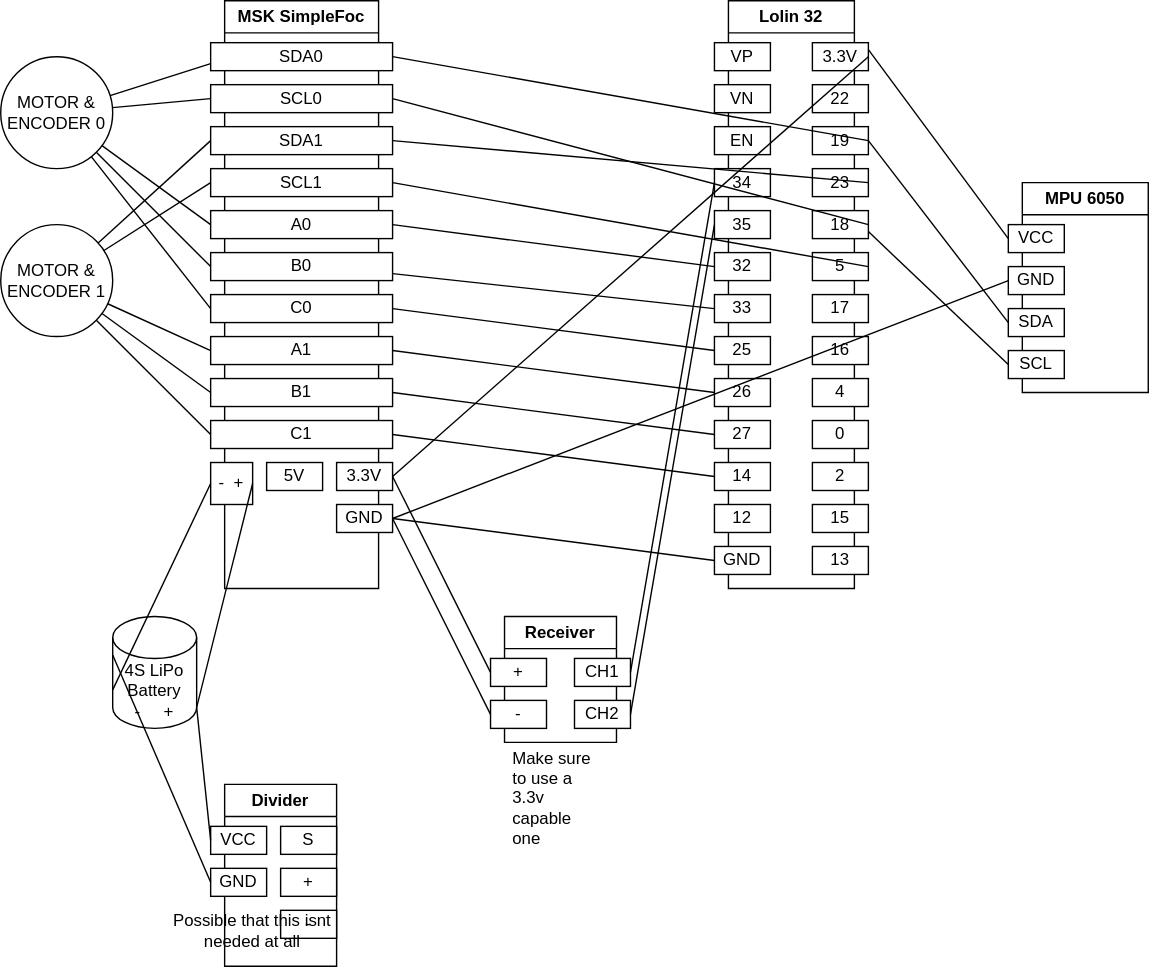
The draw.io diagram BalanceBot.drawio.svg in mmartijnNL/BalanceBot, before a commit. Source tidied: cells renumbered, new cells last; positions are measured from the earlier drawing's top-left corner, leaving out a move shared by most shapes.
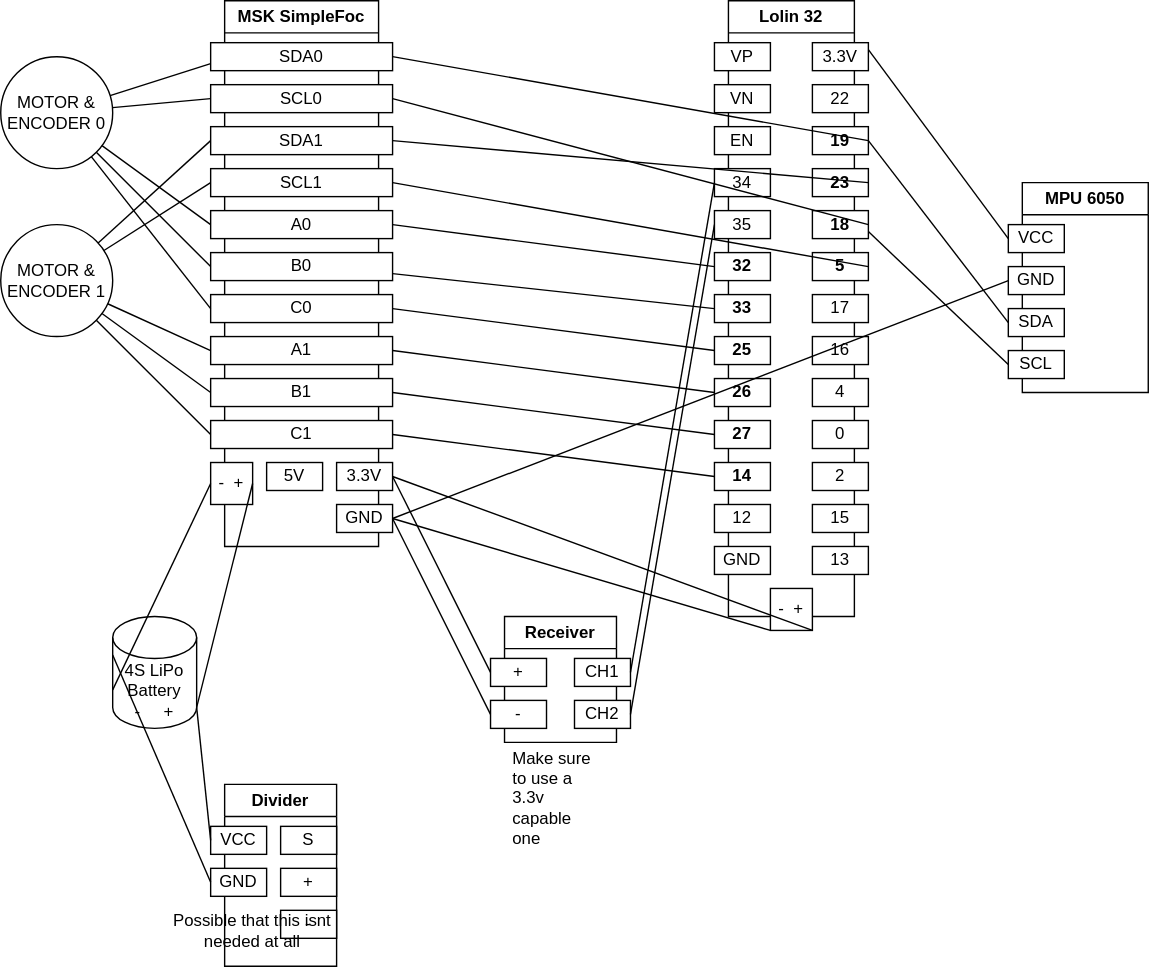
Above is the later version.

What changed in the source:
```diff
@@ -6,7 +6,7 @@
       <mxGeometry x="80" y="440" width="60" height="80" as="geometry" />
     </mxCell>
     <mxCell id="3" value="&lt;div&gt;MSK SimpleFoc&lt;/div&gt;" style="swimlane;whiteSpace=wrap;html=1;startSize=23;" parent="1" vertex="1">
-      <mxGeometry x="160" width="110" height="420" as="geometry" />
+      <mxGeometry x="160" width="110" height="390" as="geometry" />
     </mxCell>
     <mxCell id="4" value="-&amp;nbsp; +" style="whiteSpace=wrap;html=1;" parent="3" vertex="1">
       <mxGeometry x="-10" y="330" width="30" height="30" as="geometry" />
@@ -57,7 +57,7 @@
       <mxGeometry relative="1" as="geometry" />
     </mxCell>
     <mxCell id="20" value="&lt;div&gt;Lolin 32&lt;/div&gt;" style="swimlane;whiteSpace=wrap;html=1;" parent="1" vertex="1">
-      <mxGeometry x="520" width="90" height="420" as="geometry" />
+      <mxGeometry x="520" width="90" height="440" as="geometry" />
     </mxCell>
     <mxCell id="21" value="VP" style="rounded=0;whiteSpace=wrap;html=1;" parent="20" vertex="1">
       <mxGeometry x="-10" y="30" width="40" height="20" as="geometry" />
@@ -74,22 +74,22 @@
     <mxCell id="25" value="35" style="rounded=0;whiteSpace=wrap;html=1;" parent="20" vertex="1">
       <mxGeometry x="-10" y="150" width="40" height="20" as="geometry" />
     </mxCell>
-    <mxCell id="26" value="32" style="rounded=0;whiteSpace=wrap;html=1;" parent="20" vertex="1">
+    <mxCell id="26" value="32" style="rounded=0;whiteSpace=wrap;html=1;fontStyle=1;" parent="20" vertex="1">
       <mxGeometry x="-10" y="180" width="40" height="20" as="geometry" />
     </mxCell>
-    <mxCell id="27" value="33" style="rounded=0;whiteSpace=wrap;html=1;" parent="20" vertex="1">
+    <mxCell id="27" value="33" style="rounded=0;whiteSpace=wrap;html=1;fontStyle=1;" parent="20" vertex="1">
       <mxGeometry x="-10" y="210" width="40" height="20" as="geometry" />
     </mxCell>
-    <mxCell id="28" value="25" style="rounded=0;whiteSpace=wrap;html=1;" parent="20" vertex="1">
+    <mxCell id="28" value="25" style="rounded=0;whiteSpace=wrap;html=1;fontStyle=1;" parent="20" vertex="1">
       <mxGeometry x="-10" y="240" width="40" height="20" as="geometry" />
     </mxCell>
-    <mxCell id="29" value="26" style="rounded=0;whiteSpace=wrap;html=1;" parent="20" vertex="1">
+    <mxCell id="29" value="26" style="rounded=0;whiteSpace=wrap;html=1;fontStyle=1;" parent="20" vertex="1">
       <mxGeometry x="-10" y="270" width="40" height="20" as="geometry" />
     </mxCell>
-    <mxCell id="30" value="27" style="rounded=0;whiteSpace=wrap;html=1;" parent="20" vertex="1">
+    <mxCell id="30" value="27" style="rounded=0;whiteSpace=wrap;html=1;fontStyle=1;" parent="20" vertex="1">
       <mxGeometry x="-10" y="300" width="40" height="20" as="geometry" />
     </mxCell>
-    <mxCell id="31" value="14" style="rounded=0;whiteSpace=wrap;html=1;" parent="20" vertex="1">
+    <mxCell id="31" value="14" style="rounded=0;whiteSpace=wrap;html=1;fontStyle=1;" parent="20" vertex="1">
       <mxGeometry x="-10" y="330" width="40" height="20" as="geometry" />
     </mxCell>
     <mxCell id="32" value="12" style="rounded=0;whiteSpace=wrap;html=1;" parent="20" vertex="1">
@@ -104,16 +104,16 @@
     <mxCell id="35" value="22" style="rounded=0;whiteSpace=wrap;html=1;" parent="20" vertex="1">
       <mxGeometry x="60" y="60" width="40" height="20" as="geometry" />
     </mxCell>
-    <mxCell id="36" value="19" style="rounded=0;whiteSpace=wrap;html=1;" parent="20" vertex="1">
+    <mxCell id="36" value="19" style="rounded=0;whiteSpace=wrap;html=1;fontStyle=1;" parent="20" vertex="1">
       <mxGeometry x="60" y="90" width="40" height="20" as="geometry" />
     </mxCell>
-    <mxCell id="37" value="23" style="rounded=0;whiteSpace=wrap;html=1;" parent="20" vertex="1">
+    <mxCell id="37" value="23" style="rounded=0;whiteSpace=wrap;html=1;fontStyle=1;" parent="20" vertex="1">
       <mxGeometry x="60" y="120" width="40" height="20" as="geometry" />
     </mxCell>
-    <mxCell id="38" value="18" style="rounded=0;whiteSpace=wrap;html=1;" parent="20" vertex="1">
+    <mxCell id="38" value="18" style="rounded=0;whiteSpace=wrap;html=1;fontStyle=1;" parent="20" vertex="1">
       <mxGeometry x="60" y="150" width="40" height="20" as="geometry" />
     </mxCell>
-    <mxCell id="39" value="5" style="rounded=0;whiteSpace=wrap;html=1;" parent="20" vertex="1">
+    <mxCell id="39" value="5" style="rounded=0;whiteSpace=wrap;html=1;fontStyle=1;" parent="20" vertex="1">
       <mxGeometry x="60" y="180" width="40" height="20" as="geometry" />
     </mxCell>
     <mxCell id="40" value="17" style="rounded=0;whiteSpace=wrap;html=1;" parent="20" vertex="1">
@@ -137,6 +137,9 @@
     <mxCell id="46" value="13" style="rounded=0;whiteSpace=wrap;html=1;" parent="20" vertex="1">
       <mxGeometry x="60" y="390" width="40" height="20" as="geometry" />
     </mxCell>
+    <mxCell id="99" value="-&amp;nbsp; +" style="whiteSpace=wrap;html=1;" parent="20" vertex="1">
+      <mxGeometry x="30" y="420" width="30" height="30" as="geometry" />
+    </mxCell>
     <mxCell id="47" value="MPU 6050" style="swimlane;whiteSpace=wrap;html=1;" parent="1" vertex="1">
       <mxGeometry x="730" y="130" width="90" height="150" as="geometry" />
     </mxCell>
@@ -182,7 +185,7 @@
     <mxCell id="61" value="MOTOR &amp;amp; ENCODER 0" style="ellipse;whiteSpace=wrap;html=1;" parent="1" vertex="1">
       <mxGeometry y="40" width="80" height="80" as="geometry" />
     </mxCell>
-    <mxCell id="62" style="endArrow=none;html=1;rounded=0;entryX=0;entryY=0.5;entryDx=0;entryDy=0;exitX=1;exitY=0.5;exitDx=0;exitDy=0;" parent="1" edge="1" source="7" target="33">
+    <mxCell id="62" style="endArrow=none;html=1;rounded=0;entryX=0;entryY=1;entryDx=0;entryDy=0;exitX=1;exitY=0.5;exitDx=0;exitDy=0;" parent="1" edge="1" source="7" target="99">
       <mxGeometry relative="1" as="geometry" />
     </mxCell>
     <mxCell id="63" style="endArrow=none;html=1;rounded=0;exitX=0;exitY=0.75;exitDx=0;exitDy=0;" parent="1" edge="1" source="8" target="61">
@@ -248,9 +251,6 @@
     <mxCell id="83" style="endArrow=none;html=1;rounded=0;entryX=0;entryY=0.5;entryDx=0;entryDy=0;exitX=1;exitY=0.5;exitDx=0;exitDy=0;" parent="1" edge="1" source="17" target="31">
       <mxGeometry relative="1" as="geometry" />
     </mxCell>
-    <mxCell id="84" style="endArrow=none;html=1;rounded=0;entryX=1;entryY=0.5;entryDx=0;entryDy=0;exitX=1;exitY=0.5;exitDx=0;exitDy=0;" parent="1" edge="1" source="6" target="34">
-      <mxGeometry relative="1" as="geometry" />
-    </mxCell>
     <mxCell id="85" style="endArrow=none;html=1;rounded=0;entryX=0;entryY=0.5;entryDx=0;entryDy=0;exitX=1;exitY=0.25;exitDx=0;exitDy=0;" parent="1" edge="1" source="34" target="48">
       <mxGeometry relative="1" as="geometry" />
     </mxCell>
@@ -293,5 +293,8 @@
     <mxCell id="98" value="Make sure to use a 3.3v capable one" style="text;strokeColor=none;fillColor=none;align=left;verticalAlign=middle;spacingLeft=4;spacingRight=4;overflow=hidden;whiteSpace=wrap;html=1;" parent="1" vertex="1">
       <mxGeometry x="360" y="520" width="70" height="100" as="geometry" />
     </mxCell>
+    <mxCell id="100" style="endArrow=none;html=1;rounded=0;fontSize=12;startSize=8;endSize=8;curved=1;exitX=1;exitY=0.5;exitDx=0;exitDy=0;entryX=1;entryY=1;entryDx=0;entryDy=0;" parent="1" edge="1" source="6" target="99">
+      <mxGeometry relative="1" as="geometry" />
+    </mxCell>
   </root>
 </mxGraphModel>
```
